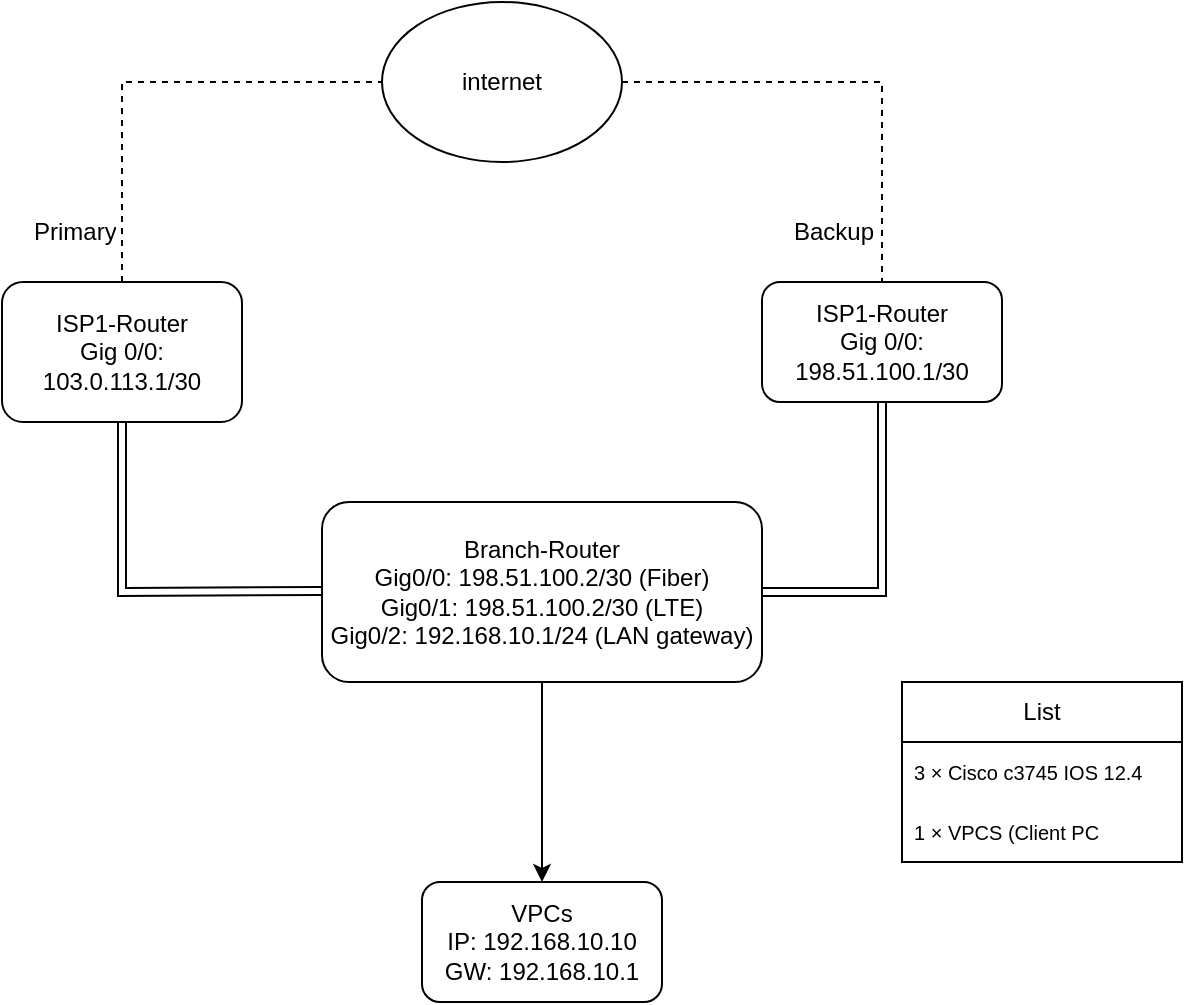
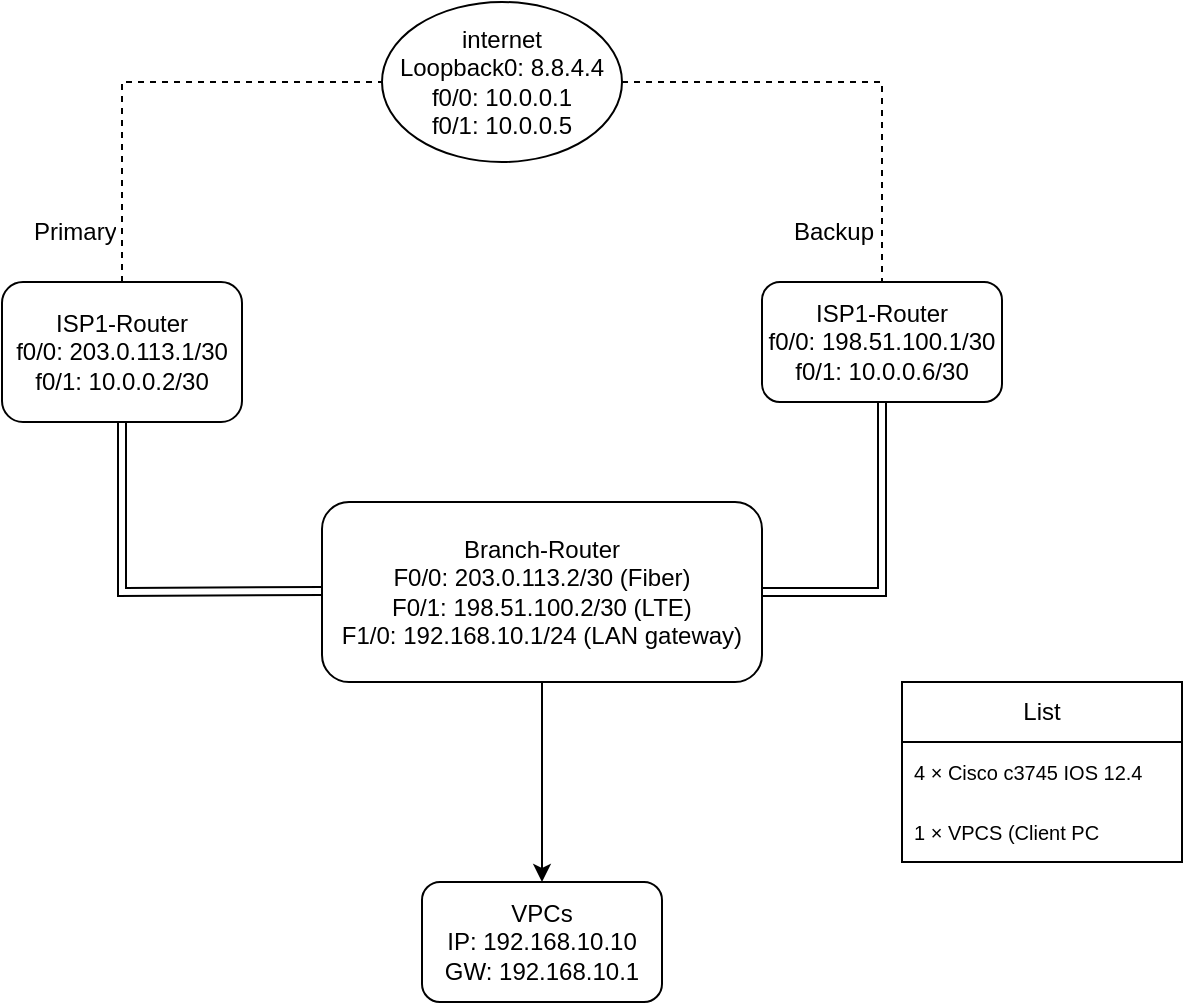
<mxfile host="app.diagrams.net">
  <diagram name="Page-1" id="6UrtdZN3J9olL9eEsEfZ">
-     <mxGraphModel dx="1202" dy="664" grid="1" gridSize="10" guides="1" tooltips="1" connect="1" arrows="1" fold="1" page="1" pageScale="1" pageWidth="850" pageHeight="1100" math="0" shadow="0">
+     <mxGraphModel dx="808" dy="449" grid="1" gridSize="10" guides="1" tooltips="1" connect="1" arrows="1" fold="1" page="1" pageScale="1" pageWidth="850" pageHeight="1100" math="0" shadow="0">
      <root>
        <mxCell id="0" />
        <mxCell id="1" parent="0" />
-         <mxCell id="skaF3HClCoGADpPy9osM-1" parent="1" style="ellipse;whiteSpace=wrap;html=1;" value="internet" vertex="1">
+         <mxCell id="skaF3HClCoGADpPy9osM-1" parent="1" style="ellipse;whiteSpace=wrap;html=1;" value="internet&lt;div&gt;Loopback0: 8.8.4.4&lt;/div&gt;&lt;div&gt;f0/0: 10.0.0.1&lt;/div&gt;&lt;div&gt;f0/1: 10.0.0.5&lt;/div&gt;" vertex="1">
          <mxGeometry height="80" width="120" x="200" y="80" as="geometry" />
        </mxCell>
        <mxCell id="73LokpMjuXUgy_Cdvbjd-1" edge="1" parent="1" source="skaF3HClCoGADpPy9osM-5" style="edgeStyle=orthogonalEdgeStyle;rounded=0;orthogonalLoop=1;jettySize=auto;html=1;exitX=0.5;exitY=1;exitDx=0;exitDy=0;">
          <mxGeometry relative="1" as="geometry">
            <mxPoint x="449.8571428571429" y="280.1428571428571" as="targetPoint" />
          </mxGeometry>
        </mxCell>
-         <mxCell id="skaF3HClCoGADpPy9osM-5" parent="1" style="rounded=1;whiteSpace=wrap;html=1;" value="&lt;div&gt;&lt;br&gt;&lt;/div&gt;ISP1-Router&lt;div&gt;Gig 0/0: 198.51.100.1/30&lt;br&gt;&lt;div&gt;&lt;br&gt;&lt;/div&gt;&lt;/div&gt;" vertex="1">
+         <mxCell id="skaF3HClCoGADpPy9osM-5" parent="1" style="rounded=1;whiteSpace=wrap;html=1;" value="&lt;div&gt;&lt;br&gt;&lt;/div&gt;ISP1-Router&lt;div&gt;f0/0: 198.51.100.1/30&lt;/div&gt;&lt;div&gt;f0/1: 10.0.0.6/30&lt;br&gt;&lt;div&gt;&lt;br&gt;&lt;/div&gt;&lt;/div&gt;" vertex="1">
          <mxGeometry height="60" width="120" x="390" y="220" as="geometry" />
        </mxCell>
        <mxCell id="skaF3HClCoGADpPy9osM-13" edge="1" parent="1" source="skaF3HClCoGADpPy9osM-7" style="edgeStyle=orthogonalEdgeStyle;rounded=0;orthogonalLoop=1;jettySize=auto;html=1;entryX=0.5;entryY=0;entryDx=0;entryDy=0;" target="skaF3HClCoGADpPy9osM-11">
          <mxGeometry relative="1" as="geometry" />
        </mxCell>
-         <mxCell id="skaF3HClCoGADpPy9osM-7" parent="1" style="rounded=1;whiteSpace=wrap;html=1;" value="Branch-Router&lt;div&gt;&lt;/div&gt;&lt;div&gt;Gig0/0: 198.51.100.2/30 (Fiber)&lt;/div&gt;&lt;div&gt;Gig0/1: 198.51.100.2/30 (LTE)&lt;/div&gt;&lt;div&gt;Gig0/2: 192.168.10.1/24 (LAN gateway)&lt;/div&gt;" vertex="1">
+         <mxCell id="skaF3HClCoGADpPy9osM-7" parent="1" style="rounded=1;whiteSpace=wrap;html=1;" value="Branch-Router&lt;div&gt;&lt;/div&gt;&lt;div&gt;F0/0: 203.0.113.2/30 (Fiber)&lt;/div&gt;&lt;div&gt;F0/1: 198.51.100.2/30 (LTE)&lt;/div&gt;&lt;div&gt;F1/0: 192.168.10.1/24 (LAN gateway)&lt;/div&gt;" vertex="1">
          <mxGeometry height="90" width="220" x="170" y="330" as="geometry" />
        </mxCell>
-         <mxCell id="skaF3HClCoGADpPy9osM-8" parent="1" style="rounded=1;whiteSpace=wrap;html=1;" value="ISP1-Router&lt;div&gt;Gig 0/0: 103.0.113.1/30&lt;/div&gt;" vertex="1">
+         <mxCell id="skaF3HClCoGADpPy9osM-8" parent="1" style="rounded=1;whiteSpace=wrap;html=1;" value="ISP1-Router&lt;div&gt;f0/0: 203.0.113.1/30&lt;/div&gt;&lt;div&gt;f0/1: 10.0.0.2/30&lt;/div&gt;" vertex="1">
          <mxGeometry height="70" width="120" x="10" y="220" as="geometry" />
        </mxCell>
        <mxCell id="skaF3HClCoGADpPy9osM-11" parent="1" style="rounded=1;whiteSpace=wrap;html=1;" value="VPCs&lt;div&gt;IP: 192.168.10.10&lt;/div&gt;&lt;div&gt;GW: 192.168.10.1&lt;/div&gt;" vertex="1">
          <mxGeometry height="60" width="120" x="220" y="520" as="geometry" />
        </mxCell>
        <mxCell id="skaF3HClCoGADpPy9osM-15" parent="1" style="swimlane;fontStyle=0;childLayout=stackLayout;horizontal=1;startSize=30;horizontalStack=0;resizeParent=1;resizeParentMax=0;resizeLast=0;collapsible=1;marginBottom=0;whiteSpace=wrap;html=1;" value="List" vertex="1">
          <mxGeometry height="90" width="140" x="460" y="420" as="geometry" />
        </mxCell>
-         <mxCell id="skaF3HClCoGADpPy9osM-16" parent="skaF3HClCoGADpPy9osM-15" style="text;strokeColor=none;fillColor=none;align=left;verticalAlign=middle;spacingLeft=4;spacingRight=4;overflow=hidden;points=[[0,0.5],[1,0.5]];portConstraint=eastwest;rotatable=0;whiteSpace=wrap;html=1;" value="&lt;span style=&quot;font-family: Arial; font-size: 10px; white-space: nowrap; background-color: rgb(255, 255, 255);&quot;&gt;3 × Cisco c3745 IOS 12.4&lt;/span&gt;" vertex="1">
+         <mxCell id="skaF3HClCoGADpPy9osM-16" parent="skaF3HClCoGADpPy9osM-15" style="text;strokeColor=none;fillColor=none;align=left;verticalAlign=middle;spacingLeft=4;spacingRight=4;overflow=hidden;points=[[0,0.5],[1,0.5]];portConstraint=eastwest;rotatable=0;whiteSpace=wrap;html=1;" value="&lt;span style=&quot;font-family: Arial; font-size: 10px; white-space: nowrap; background-color: rgb(255, 255, 255);&quot;&gt;4 × Cisco c3745 IOS 12.4&lt;/span&gt;" vertex="1">
          <mxGeometry height="30" width="140" y="30" as="geometry" />
        </mxCell>
        <mxCell id="skaF3HClCoGADpPy9osM-17" parent="skaF3HClCoGADpPy9osM-15" style="text;strokeColor=none;fillColor=none;align=left;verticalAlign=middle;spacingLeft=4;spacingRight=4;overflow=hidden;points=[[0,0.5],[1,0.5]];portConstraint=eastwest;rotatable=0;whiteSpace=wrap;html=1;" value="&lt;span style=&quot;font-family: Arial; font-size: 10px; white-space: nowrap; background-color: rgb(255, 255, 255);&quot;&gt;1 × VPCS (Client PC&lt;/span&gt;" vertex="1">
          <mxGeometry height="30" width="140" y="60" as="geometry" />
        </mxCell>
        <mxCell id="skaF3HClCoGADpPy9osM-20" edge="1" parent="1" source="skaF3HClCoGADpPy9osM-8" style="endArrow=none;dashed=1;html=1;rounded=0;entryX=0;entryY=0.5;entryDx=0;entryDy=0;exitX=0.5;exitY=0;exitDx=0;exitDy=0;" target="skaF3HClCoGADpPy9osM-1" value="">
          <mxGeometry height="50" relative="1" width="50" as="geometry">
            <Array as="points">
              <mxPoint x="70" y="120" />
            </Array>
            <mxPoint x="290" y="260" as="sourcePoint" />
            <mxPoint x="340" y="210" as="targetPoint" />
          </mxGeometry>
        </mxCell>
        <mxCell id="skaF3HClCoGADpPy9osM-21" edge="1" parent="1" source="skaF3HClCoGADpPy9osM-1" style="endArrow=none;dashed=1;html=1;rounded=0;entryX=0.5;entryY=0;entryDx=0;entryDy=0;exitX=1;exitY=0.5;exitDx=0;exitDy=0;" target="skaF3HClCoGADpPy9osM-5" value="">
          <mxGeometry height="50" relative="1" width="50" as="geometry">
            <Array as="points">
              <mxPoint x="450" y="120" />
            </Array>
            <mxPoint x="290" y="260" as="sourcePoint" />
            <mxPoint x="340" y="210" as="targetPoint" />
          </mxGeometry>
        </mxCell>
        <mxCell id="skaF3HClCoGADpPy9osM-23" edge="1" parent="1" source="skaF3HClCoGADpPy9osM-8" style="shape=link;html=1;rounded=0;exitX=0.5;exitY=1;exitDx=0;exitDy=0;" value="">
          <mxGeometry relative="1" width="100" as="geometry">
            <Array as="points">
              <mxPoint x="70" y="375" />
            </Array>
            <mxPoint x="70" y="374.5" as="sourcePoint" />
            <mxPoint x="170" y="374.5" as="targetPoint" />
          </mxGeometry>
        </mxCell>
        <mxCell id="skaF3HClCoGADpPy9osM-24" edge="1" parent="1" source="skaF3HClCoGADpPy9osM-5" style="shape=link;html=1;rounded=0;exitX=0.5;exitY=1;exitDx=0;exitDy=0;entryX=1;entryY=0.5;entryDx=0;entryDy=0;" target="skaF3HClCoGADpPy9osM-7" value="">
          <mxGeometry relative="1" width="100" as="geometry">
            <Array as="points">
              <mxPoint x="450" y="375" />
            </Array>
            <mxPoint x="440" y="310" as="sourcePoint" />
            <mxPoint x="490" y="394.5" as="targetPoint" />
          </mxGeometry>
        </mxCell>
        <mxCell id="skaF3HClCoGADpPy9osM-25" parent="1" style="text;strokeColor=none;fillColor=none;align=left;verticalAlign=middle;spacingLeft=4;spacingRight=4;overflow=hidden;points=[[0,0.5],[1,0.5]];portConstraint=eastwest;rotatable=0;whiteSpace=wrap;html=1;" value="Primary" vertex="1">
          <mxGeometry height="30" width="80" x="20" y="180" as="geometry" />
        </mxCell>
        <mxCell id="skaF3HClCoGADpPy9osM-26" parent="1" style="text;strokeColor=none;fillColor=none;align=left;verticalAlign=middle;spacingLeft=4;spacingRight=4;overflow=hidden;points=[[0,0.5],[1,0.5]];portConstraint=eastwest;rotatable=0;whiteSpace=wrap;html=1;" value="Backup" vertex="1">
          <mxGeometry height="30" width="80" x="400" y="180" as="geometry" />
        </mxCell>
      </root>
    </mxGraphModel>
  </diagram>
</mxfile>
